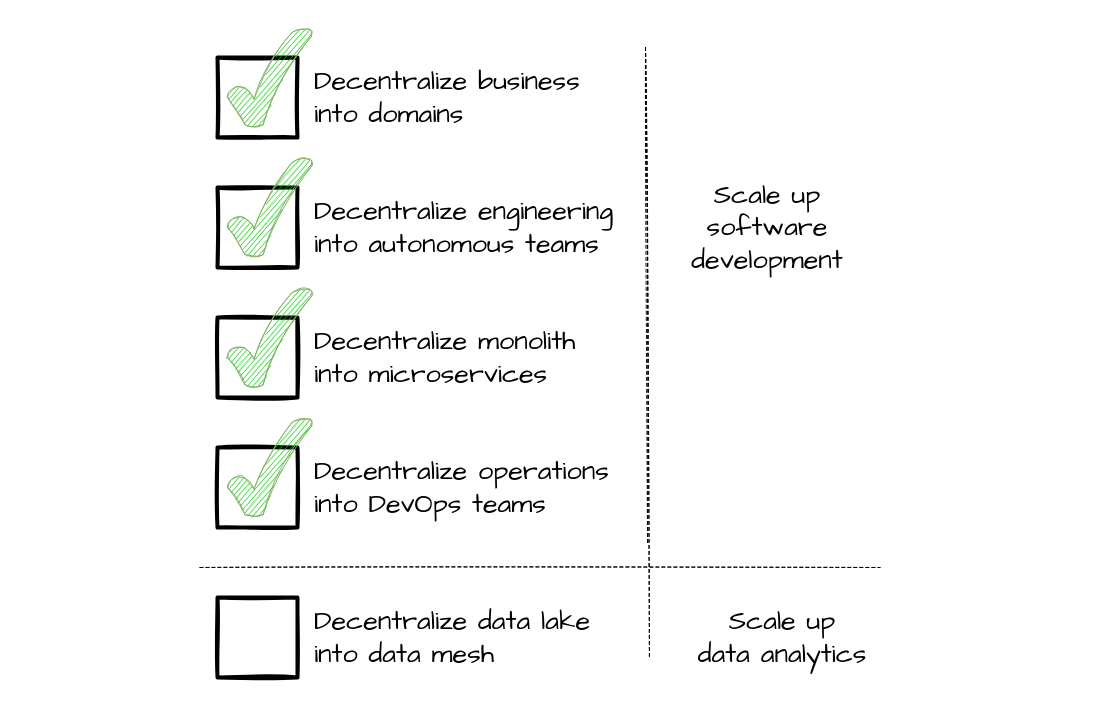
This is diagrams/whychecklist.drawio from datamesh-architecture/datamesh-architecture.com, a draw.io file, before an edit. Source tidied: cells renumbered, new cells numbered last; positions are measured from the earlier drawing's top-left corner, leaving out a move shared by most shapes. Both pictures are drawn from the tidied source at 100%, with x=0, y=0 at pixel (17, 17).
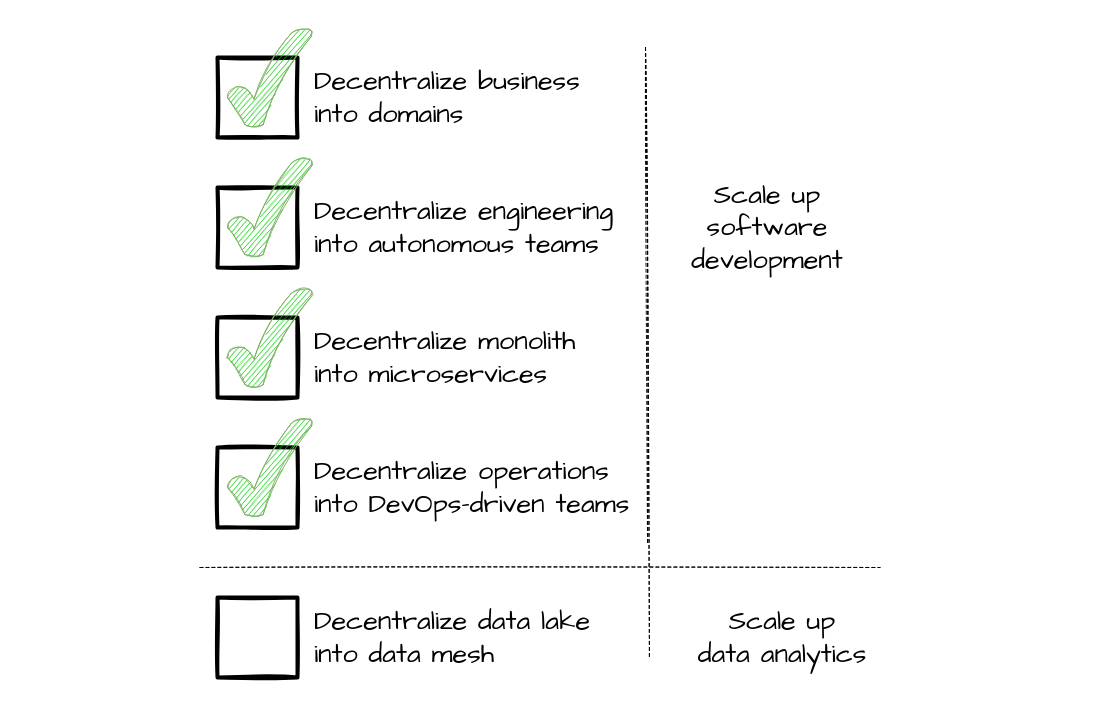
Above is the later version.

Diff of the diagram source:
```diff
@@
-    <mxCell id="20" value="Decentralize operations&lt;br&gt;into DevOps teams" style="text;html=1;strokeColor=none;fillColor=none;align=left;verticalAlign=middle;whiteSpace=wrap;rounded=0;fontSize=27;sketch=1;fontFamily=Architects Daughter;" parent="1" vertex="1">
+    <mxCell id="20" value="Decentralize operations&lt;br&gt;into DevOps-driven teams" style="text;html=1;strokeColor=none;fillColor=none;align=left;verticalAlign=middle;whiteSpace=wrap;rounded=0;fontSize=27;sketch=1;fontFamily=Architects Daughter;" parent="1" vertex="1">
       <mxGeometry x="295" y="455" width="455" height="30" as="geometry" />
     </mxCell>
```
